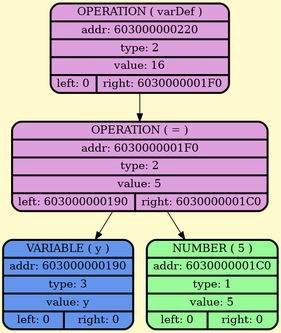
The Graphviz diagram frontend/graphDump/dumpGraph.png in BulgakovDmitry/myLanguage, before a commit. Its source is kept beside it as frontend/graphDump/dumpGraph.gv.
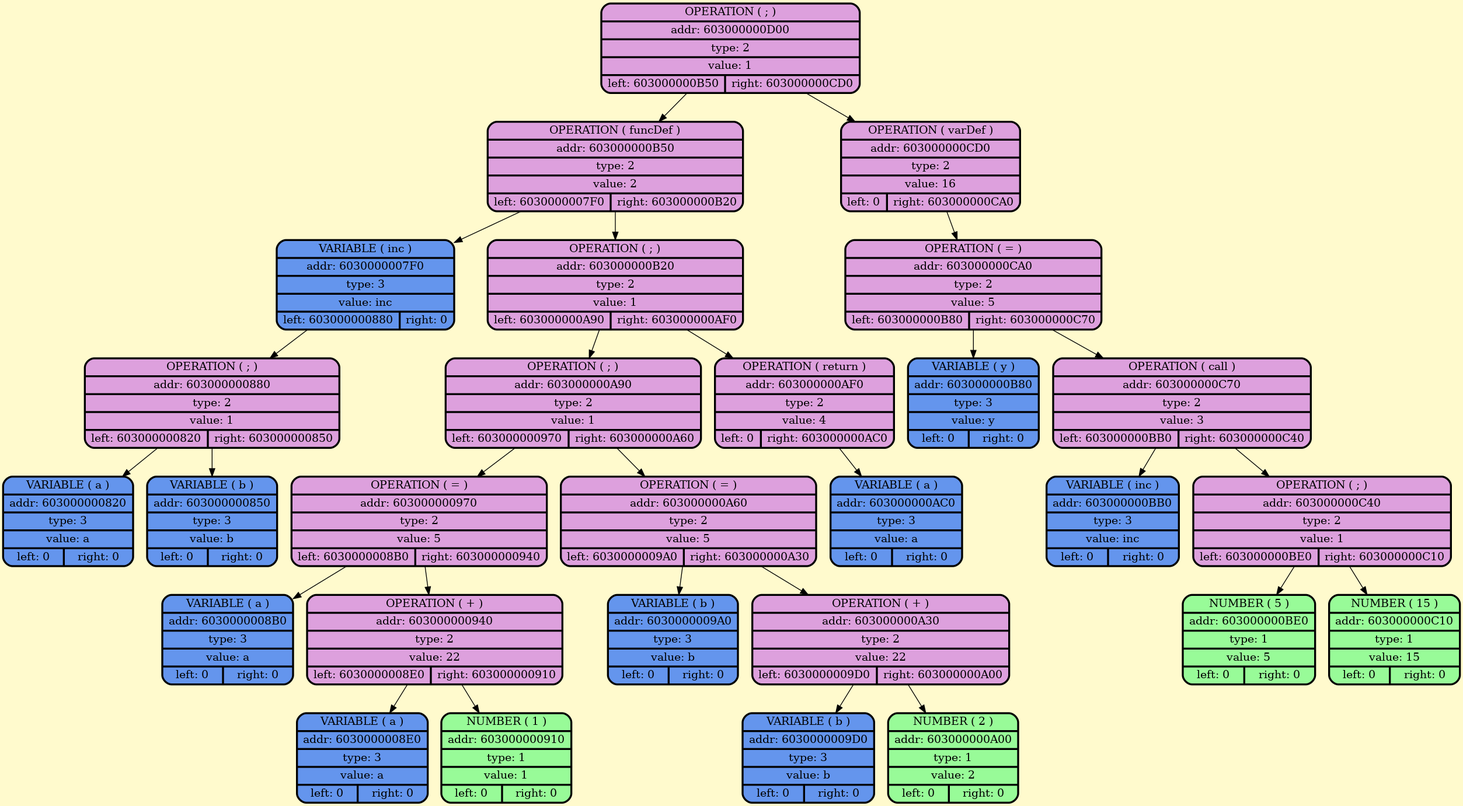
The same diagram one commit later.

The edit, as a diff of the source:
```diff
@@ -2,11 +2,59 @@
     node [style=filled, fontcolor=darkblue, fillcolor=peachpuff, color="#252A34", penwidth=2.5];
     bgcolor="lemonchiffon";
 
-node_0x603000000220 [shape=Mrecord; style = filled; fillcolor=plum; color = "#000000"; fontcolor = "#000000";label=" {OPERATION ( varDef ) | addr: 603000000220 | type: 2 | value: 16 | {left: 0 | right: 6030000001F0}} "];
-node_0x6030000001f0 [shape=Mrecord; style = filled; fillcolor=plum; color = "#000000"; fontcolor = "#000000";label=" {OPERATION ( = ) | addr: 6030000001F0 | type: 2 | value: 5 | {left: 603000000190 | right: 6030000001C0}} "];
-    node_0x603000000190 [shape=Mrecord; style = filled; fillcolor = cornflowerblue; color = "#000000"; fontcolor = "#000000";  label="  {VARIABLE ( y )| addr: 603000000190 | type: 3| value: y | {left: 0 | right: 0}} "];
-    node_0x6030000001c0 [shape=Mrecord; style = filled; fillcolor = palegreen; color = "#000000"; fontcolor = "#000000";  label="  {NUMBER ( 5 )| addr: 6030000001C0 | type: 1| value: 5 | {left: 0 | right: 0}} "];
-    node_0x603000000220 -> node_0x6030000001f0;
-    node_0x6030000001f0 -> node_0x603000000190;
-    node_0x6030000001f0 -> node_0x6030000001c0;
+node_0x603000000d00 [shape=Mrecord; style = filled; fillcolor=plum; color = "#000000"; fontcolor = "#000000";label=" {OPERATION ( ; ) | addr: 603000000D00 | type: 2 | value: 1 | {left: 603000000B50 | right: 603000000CD0}} "];
+node_0x603000000b50 [shape=Mrecord; style = filled; fillcolor=plum; color = "#000000"; fontcolor = "#000000";label=" {OPERATION ( funcDef ) | addr: 603000000B50 | type: 2 | value: 2 | {left: 6030000007F0 | right: 603000000B20}} "];
+    node_0x6030000007f0 [shape=Mrecord; style = filled; fillcolor = cornflowerblue; color = "#000000"; fontcolor = "#000000";  label="  {VARIABLE ( inc )| addr: 6030000007F0 | type: 3| value: inc | {left: 603000000880 | right: 0}} "];
+node_0x603000000880 [shape=Mrecord; style = filled; fillcolor=plum; color = "#000000"; fontcolor = "#000000";label=" {OPERATION ( ; ) | addr: 603000000880 | type: 2 | value: 1 | {left: 603000000820 | right: 603000000850}} "];
+    node_0x603000000820 [shape=Mrecord; style = filled; fillcolor = cornflowerblue; color = "#000000"; fontcolor = "#000000";  label="  {VARIABLE ( a )| addr: 603000000820 | type: 3| value: a | {left: 0 | right: 0}} "];
+    node_0x603000000850 [shape=Mrecord; style = filled; fillcolor = cornflowerblue; color = "#000000"; fontcolor = "#000000";  label="  {VARIABLE ( b )| addr: 603000000850 | type: 3| value: b | {left: 0 | right: 0}} "];
+node_0x603000000b20 [shape=Mrecord; style = filled; fillcolor=plum; color = "#000000"; fontcolor = "#000000";label=" {OPERATION ( ; ) | addr: 603000000B20 | type: 2 | value: 1 | {left: 603000000A90 | right: 603000000AF0}} "];
+node_0x603000000a90 [shape=Mrecord; style = filled; fillcolor=plum; color = "#000000"; fontcolor = "#000000";label=" {OPERATION ( ; ) | addr: 603000000A90 | type: 2 | value: 1 | {left: 603000000970 | right: 603000000A60}} "];
+node_0x603000000970 [shape=Mrecord; style = filled; fillcolor=plum; color = "#000000"; fontcolor = "#000000";label=" {OPERATION ( = ) | addr: 603000000970 | type: 2 | value: 5 | {left: 6030000008B0 | right: 603000000940}} "];
+    node_0x6030000008b0 [shape=Mrecord; style = filled; fillcolor = cornflowerblue; color = "#000000"; fontcolor = "#000000";  label="  {VARIABLE ( a )| addr: 6030000008B0 | type: 3| value: a | {left: 0 | right: 0}} "];
+node_0x603000000940 [shape=Mrecord; style = filled; fillcolor=plum; color = "#000000"; fontcolor = "#000000";label=" {OPERATION ( + ) | addr: 603000000940 | type: 2 | value: 22 | {left: 6030000008E0 | right: 603000000910}} "];
+    node_0x6030000008e0 [shape=Mrecord; style = filled; fillcolor = cornflowerblue; color = "#000000"; fontcolor = "#000000";  label="  {VARIABLE ( a )| addr: 6030000008E0 | type: 3| value: a | {left: 0 | right: 0}} "];
+    node_0x603000000910 [shape=Mrecord; style = filled; fillcolor = palegreen; color = "#000000"; fontcolor = "#000000";  label="  {NUMBER ( 1 )| addr: 603000000910 | type: 1| value: 1 | {left: 0 | right: 0}} "];
+node_0x603000000a60 [shape=Mrecord; style = filled; fillcolor=plum; color = "#000000"; fontcolor = "#000000";label=" {OPERATION ( = ) | addr: 603000000A60 | type: 2 | value: 5 | {left: 6030000009A0 | right: 603000000A30}} "];
+    node_0x6030000009a0 [shape=Mrecord; style = filled; fillcolor = cornflowerblue; color = "#000000"; fontcolor = "#000000";  label="  {VARIABLE ( b )| addr: 6030000009A0 | type: 3| value: b | {left: 0 | right: 0}} "];
+node_0x603000000a30 [shape=Mrecord; style = filled; fillcolor=plum; color = "#000000"; fontcolor = "#000000";label=" {OPERATION ( + ) | addr: 603000000A30 | type: 2 | value: 22 | {left: 6030000009D0 | right: 603000000A00}} "];
+    node_0x6030000009d0 [shape=Mrecord; style = filled; fillcolor = cornflowerblue; color = "#000000"; fontcolor = "#000000";  label="  {VARIABLE ( b )| addr: 6030000009D0 | type: 3| value: b | {left: 0 | right: 0}} "];
+    node_0x603000000a00 [shape=Mrecord; style = filled; fillcolor = palegreen; color = "#000000"; fontcolor = "#000000";  label="  {NUMBER ( 2 )| addr: 603000000A00 | type: 1| value: 2 | {left: 0 | right: 0}} "];
+node_0x603000000af0 [shape=Mrecord; style = filled; fillcolor=plum; color = "#000000"; fontcolor = "#000000";label=" {OPERATION ( return ) | addr: 603000000AF0 | type: 2 | value: 4 | {left: 0 | right: 603000000AC0}} "];
+    node_0x603000000ac0 [shape=Mrecord; style = filled; fillcolor = cornflowerblue; color = "#000000"; fontcolor = "#000000";  label="  {VARIABLE ( a )| addr: 603000000AC0 | type: 3| value: a | {left: 0 | right: 0}} "];
+node_0x603000000cd0 [shape=Mrecord; style = filled; fillcolor=plum; color = "#000000"; fontcolor = "#000000";label=" {OPERATION ( varDef ) | addr: 603000000CD0 | type: 2 | value: 16 | {left: 0 | right: 603000000CA0}} "];
+node_0x603000000ca0 [shape=Mrecord; style = filled; fillcolor=plum; color = "#000000"; fontcolor = "#000000";label=" {OPERATION ( = ) | addr: 603000000CA0 | type: 2 | value: 5 | {left: 603000000B80 | right: 603000000C70}} "];
+    node_0x603000000b80 [shape=Mrecord; style = filled; fillcolor = cornflowerblue; color = "#000000"; fontcolor = "#000000";  label="  {VARIABLE ( y )| addr: 603000000B80 | type: 3| value: y | {left: 0 | right: 0}} "];
+node_0x603000000c70 [shape=Mrecord; style = filled; fillcolor=plum; color = "#000000"; fontcolor = "#000000";label=" {OPERATION ( call ) | addr: 603000000C70 | type: 2 | value: 3 | {left: 603000000BB0 | right: 603000000C40}} "];
+    node_0x603000000bb0 [shape=Mrecord; style = filled; fillcolor = cornflowerblue; color = "#000000"; fontcolor = "#000000";  label="  {VARIABLE ( inc )| addr: 603000000BB0 | type: 3| value: inc | {left: 0 | right: 0}} "];
+node_0x603000000c40 [shape=Mrecord; style = filled; fillcolor=plum; color = "#000000"; fontcolor = "#000000";label=" {OPERATION ( ; ) | addr: 603000000C40 | type: 2 | value: 1 | {left: 603000000BE0 | right: 603000000C10}} "];
+    node_0x603000000be0 [shape=Mrecord; style = filled; fillcolor = palegreen; color = "#000000"; fontcolor = "#000000";  label="  {NUMBER ( 5 )| addr: 603000000BE0 | type: 1| value: 5 | {left: 0 | right: 0}} "];
+    node_0x603000000c10 [shape=Mrecord; style = filled; fillcolor = palegreen; color = "#000000"; fontcolor = "#000000";  label="  {NUMBER ( 15 )| addr: 603000000C10 | type: 1| value: 15 | {left: 0 | right: 0}} "];
+    node_0x603000000d00 -> node_0x603000000b50;
+    node_0x603000000b50 -> node_0x6030000007f0;
+    node_0x6030000007f0 -> node_0x603000000880;
+    node_0x603000000880 -> node_0x603000000820;
+    node_0x603000000880 -> node_0x603000000850;
+    node_0x603000000b50 -> node_0x603000000b20;
+    node_0x603000000b20 -> node_0x603000000a90;
+    node_0x603000000a90 -> node_0x603000000970;
+    node_0x603000000970 -> node_0x6030000008b0;
+    node_0x603000000970 -> node_0x603000000940;
+    node_0x603000000940 -> node_0x6030000008e0;
+    node_0x603000000940 -> node_0x603000000910;
+    node_0x603000000a90 -> node_0x603000000a60;
+    node_0x603000000a60 -> node_0x6030000009a0;
+    node_0x603000000a60 -> node_0x603000000a30;
+    node_0x603000000a30 -> node_0x6030000009d0;
+    node_0x603000000a30 -> node_0x603000000a00;
+    node_0x603000000b20 -> node_0x603000000af0;
+    node_0x603000000af0 -> node_0x603000000ac0;
+    node_0x603000000d00 -> node_0x603000000cd0;
+    node_0x603000000cd0 -> node_0x603000000ca0;
+    node_0x603000000ca0 -> node_0x603000000b80;
+    node_0x603000000ca0 -> node_0x603000000c70;
+    node_0x603000000c70 -> node_0x603000000bb0;
+    node_0x603000000c70 -> node_0x603000000c40;
+    node_0x603000000c40 -> node_0x603000000be0;
+    node_0x603000000c40 -> node_0x603000000c10;
 }
```
